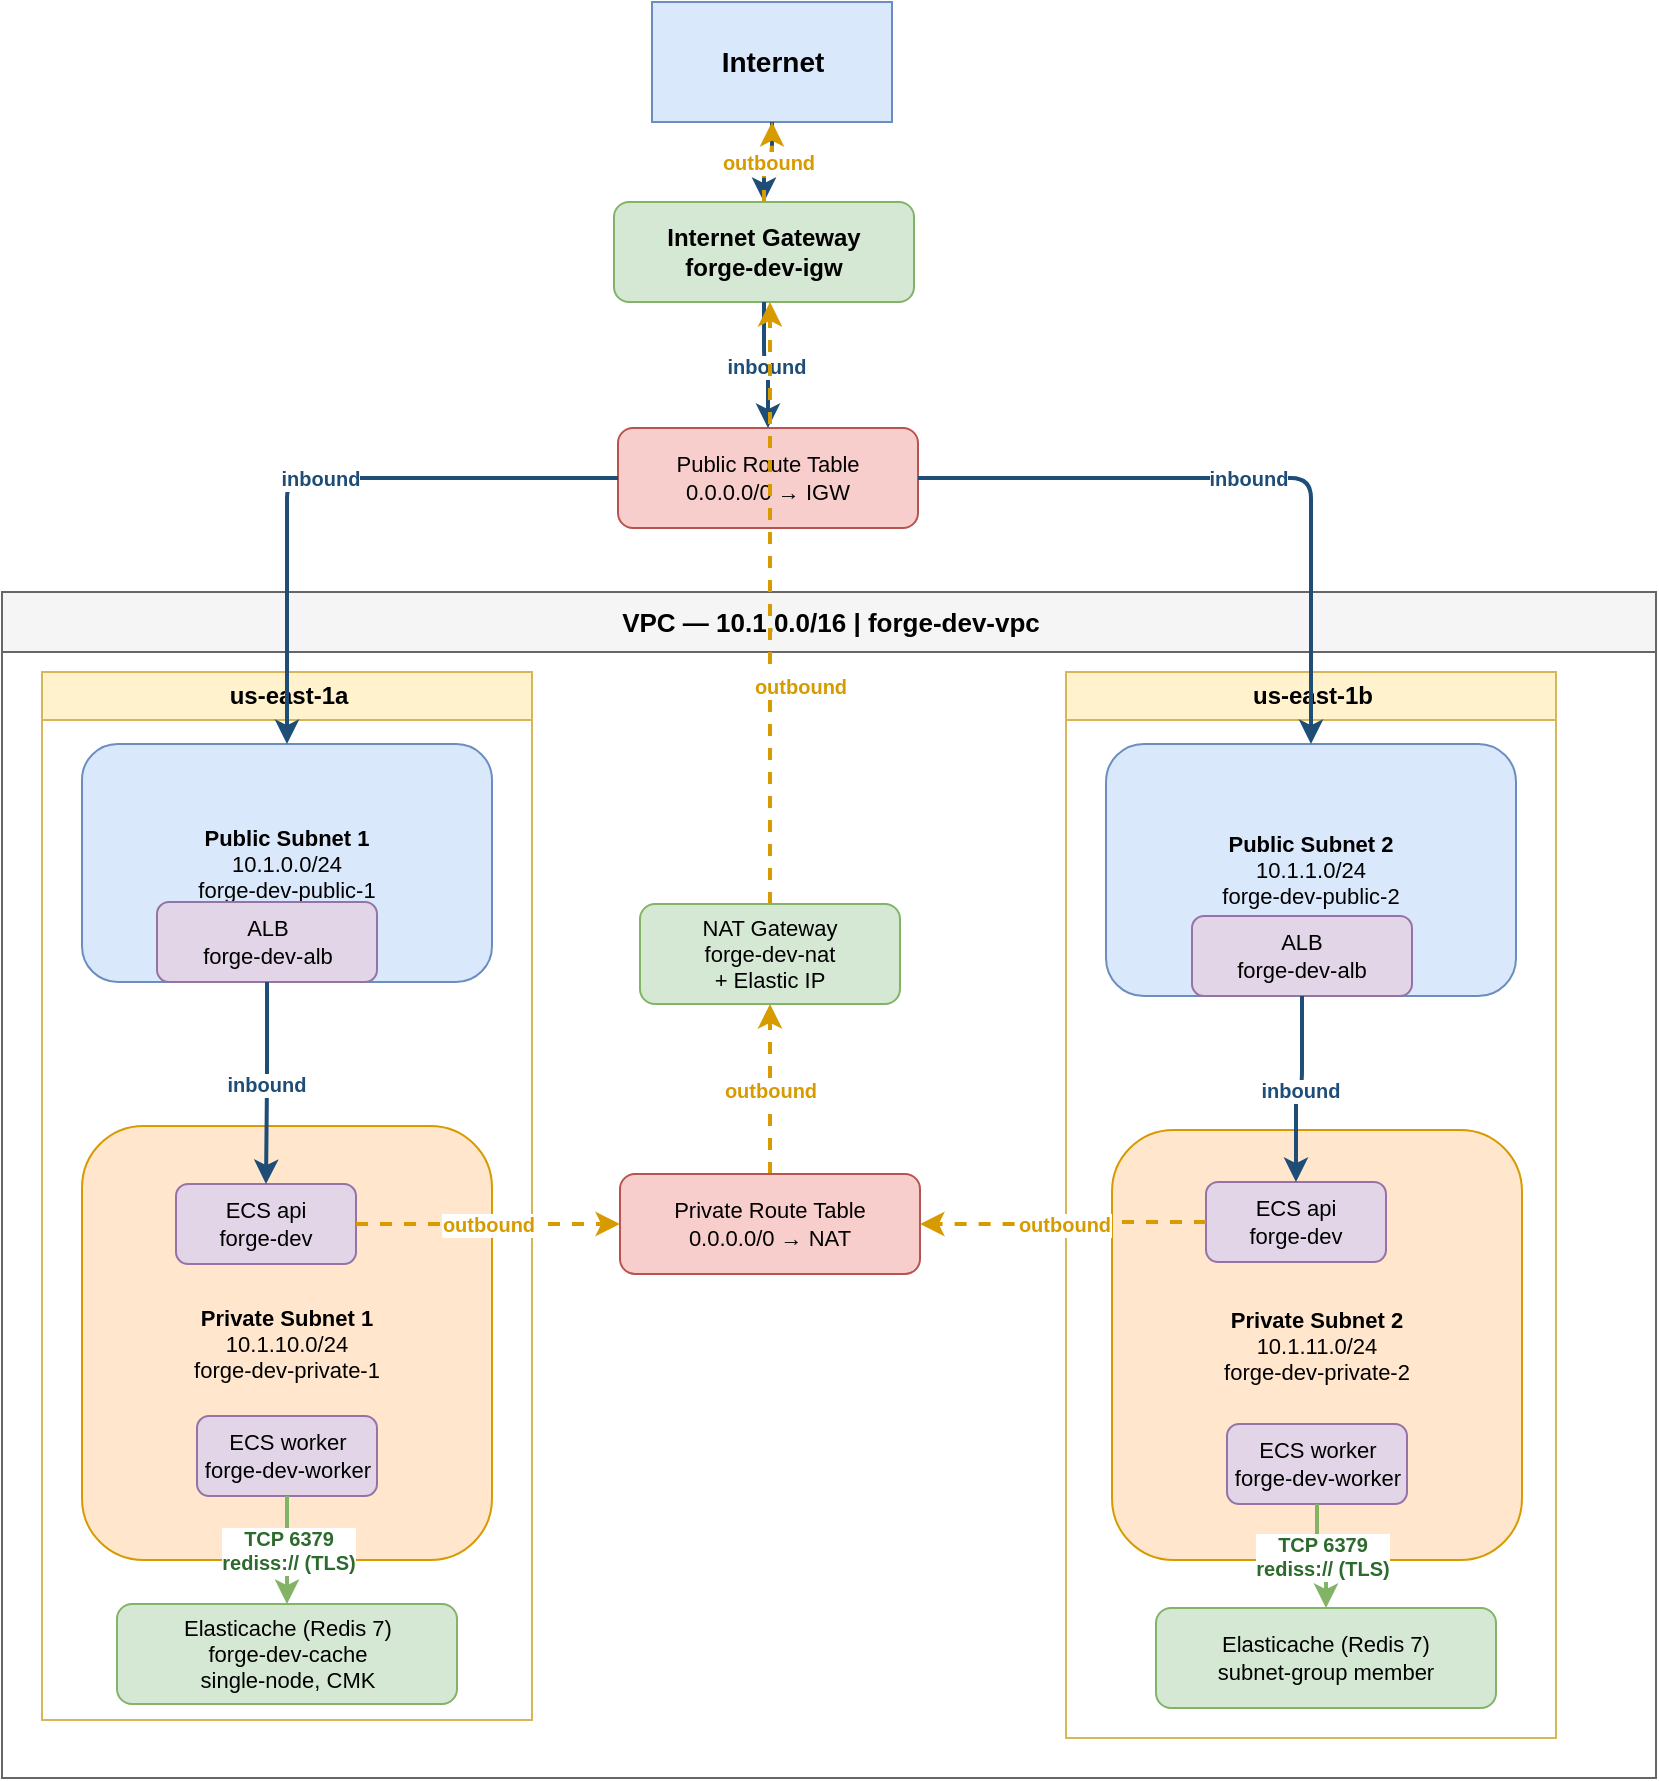
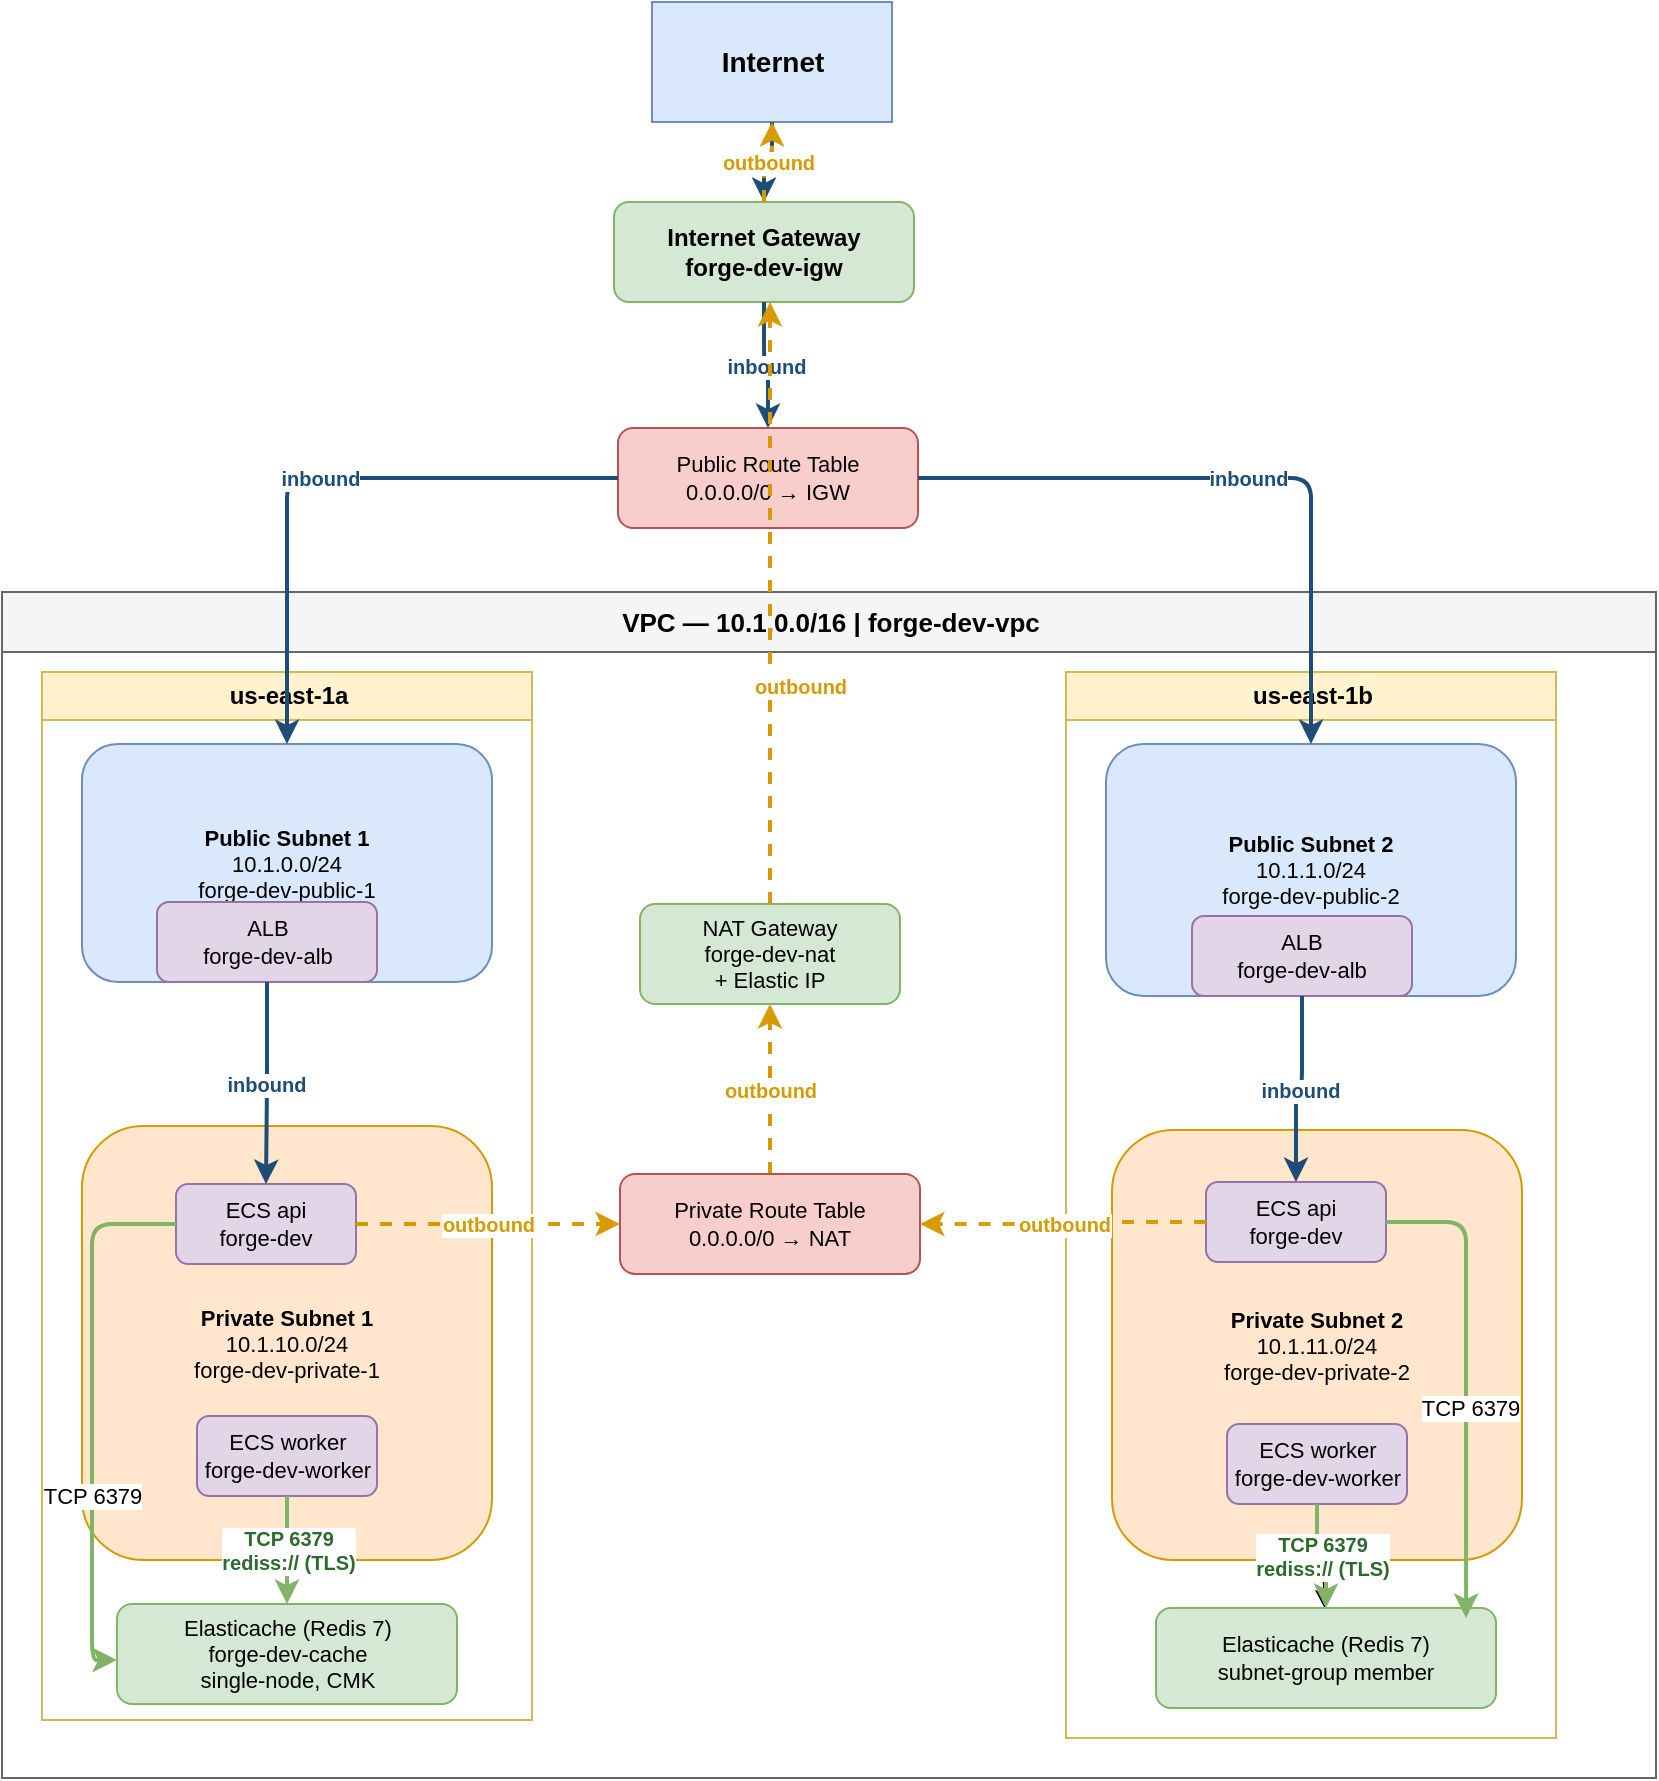
<mxfile host="65bd71144e">
    <diagram name="Page-1" id="BaRl9mkS3HxywcaVVkHm">
-         <mxGraphModel dx="1446" dy="779" grid="0" gridSize="10" guides="1" tooltips="1" connect="1" arrows="1" fold="1" page="0" pageScale="1" pageWidth="850" pageHeight="1100" math="0" shadow="0">
+         <mxGraphModel dx="1251" dy="779" grid="0" gridSize="10" guides="1" tooltips="1" connect="1" arrows="1" fold="1" page="0" pageScale="1" pageWidth="850" pageHeight="1100" math="0" shadow="0">
            <root>
                <mxCell id="0"/>
                <mxCell id="1" parent="0"/>
                <mxCell id="internet" value="Internet" style="shape=mxgraph.network.cloud;fillColor=#dae8fc;strokeColor=#6c8ebf;fontStyle=1;fontSize=14;html=1;" parent="1" vertex="1">
                    <mxGeometry x="285" y="20" width="120" height="60" as="geometry"/>
                </mxCell>
                <mxCell id="igw" value="Internet Gateway&#xa;forge-dev-igw" style="rounded=1;whiteSpace=wrap;html=1;fillColor=#d5e8d4;strokeColor=#82b366;fontStyle=1;" parent="1" vertex="1">
                    <mxGeometry x="266" y="120" width="150" height="50" as="geometry"/>
                </mxCell>
                <mxCell id="prt" value="Public Route Table&#xa;0.0.0.0/0 → IGW" style="rounded=1;whiteSpace=wrap;html=1;fillColor=#f8cecc;strokeColor=#b85450;fontSize=11;" parent="1" vertex="1">
                    <mxGeometry x="268" y="233" width="150" height="50" as="geometry"/>
                </mxCell>
                <mxCell id="vpc" value="VPC — 10.1.0.0/16  |  forge-dev-vpc" style="swimlane;startSize=30;fillColor=#f5f5f5;strokeColor=#666666;fontStyle=1;fontSize=13;html=1;" parent="1" vertex="1">
                    <mxGeometry x="-40" y="315" width="827" height="593" as="geometry"/>
                </mxCell>
                <mxCell id="az1" value="us-east-1a" style="swimlane;startSize=24;fillColor=#fff2cc;strokeColor=#d6b656;fontStyle=1;fontSize=12;html=1;" parent="vpc" vertex="1">
                    <mxGeometry x="20" y="40" width="245" height="524" as="geometry"/>
                </mxCell>
                <mxCell id="pub1" value="&lt;b&gt;Public Subnet 1&lt;/b&gt;&#xa;10.1.0.0/24&#xa;forge-dev-public-1" style="rounded=1;whiteSpace=wrap;html=1;fillColor=#dae8fc;strokeColor=#6c8ebf;fontSize=11;" parent="az1" vertex="1">
                    <mxGeometry x="20" y="36" width="205" height="119" as="geometry"/>
                </mxCell>
                <mxCell id="alb" value="ALB&#xa;forge-dev-alb" style="rounded=1;whiteSpace=wrap;html=1;fillColor=#e1d5e7;strokeColor=#9673a6;fontSize=11;" parent="az1" vertex="1">
                    <mxGeometry x="57.5" y="115" width="110" height="40" as="geometry"/>
                </mxCell>
                <mxCell id="priv1" value="&lt;b&gt;Private Subnet 1&lt;/b&gt;&#xa;10.1.10.0/24&#xa;forge-dev-private-1" style="rounded=1;whiteSpace=wrap;html=1;fillColor=#ffe6cc;strokeColor=#d79b00;fontSize=11;" parent="az1" vertex="1">
                    <mxGeometry x="20" y="227" width="205" height="217" as="geometry"/>
                </mxCell>
                <mxCell id="ecs1" value="ECS api&#xa;forge-dev" style="rounded=1;whiteSpace=wrap;html=1;fillColor=#e1d5e7;strokeColor=#9673a6;fontSize=11;" parent="az1" vertex="1">
                    <mxGeometry x="67" y="256" width="90" height="40" as="geometry"/>
                </mxCell>
                <mxCell id="worker1" value="ECS worker&#xa;forge-dev-worker" style="rounded=1;whiteSpace=wrap;html=1;fillColor=#e1d5e7;strokeColor=#9673a6;fontSize=11;" parent="az1" vertex="1">
                    <mxGeometry x="77.5" y="372" width="90" height="40" as="geometry"/>
                </mxCell>
                <mxCell id="cache1" value="Elasticache (Redis 7)&#xa;forge-dev-cache&#xa;single-node, CMK" style="rounded=1;whiteSpace=wrap;html=1;fillColor=#d5e8d4;strokeColor=#82b366;fontSize=11;" parent="az1" vertex="1">
                    <mxGeometry x="37.5" y="466" width="170" height="50" as="geometry"/>
                </mxCell>
                <mxCell id="e-alb-ecs1" value="inbound" style="edgeStyle=orthogonalEdgeStyle;html=1;strokeColor=#1e4d78;strokeWidth=2;fontColor=#1e4d78;fontStyle=1;fontSize=10;" parent="az1" source="alb" target="ecs1" edge="1">
                    <mxGeometry relative="1" as="geometry"/>
                </mxCell>
                <mxCell id="e-worker-cache1" value="TCP 6379&#xa;rediss:// (TLS)" style="edgeStyle=orthogonalEdgeStyle;html=1;strokeColor=#82b366;strokeWidth=2;fontColor=#2d6a2d;fontStyle=1;fontSize=10;" parent="az1" source="worker1" target="cache1" edge="1">
                    <mxGeometry relative="1" as="geometry"/>
                </mxCell>
+                 <mxCell id="5" style="edgeStyle=orthogonalEdgeStyle;html=1;exitX=0;exitY=0.5;exitDx=0;exitDy=0;fillColor=#d5e8d4;strokeColor=#82b366;strokeWidth=2;" edge="1" parent="az1" source="ecs1" target="cache1">
+                     <mxGeometry relative="1" as="geometry">
+                         <mxPoint x="67" y="296" as="sourcePoint"/>
+                         <mxPoint x="38" y="479" as="targetPoint"/>
+                         <Array as="points">
+                             <mxPoint x="25" y="276"/>
+                             <mxPoint x="25" y="494"/>
+                         </Array>
+                     </mxGeometry>
+                 </mxCell>
+                 <mxCell id="7" value="TCP 6379" style="edgeLabel;html=1;align=center;verticalAlign=middle;resizable=0;points=[];" vertex="1" connectable="0" parent="5">
+                     <mxGeometry x="0.3022" relative="1" as="geometry">
+                         <mxPoint as="offset"/>
+                     </mxGeometry>
+                 </mxCell>
                <mxCell id="az2" value="us-east-1b" style="swimlane;startSize=24;fillColor=#fff2cc;strokeColor=#d6b656;fontStyle=1;fontSize=12;html=1;" parent="vpc" vertex="1">
                    <mxGeometry x="532" y="40" width="245" height="533" as="geometry"/>
                </mxCell>
                <mxCell id="pub2" value="&lt;b&gt;Public Subnet 2&lt;/b&gt;&#xa;10.1.1.0/24&#xa;forge-dev-public-2" style="rounded=1;whiteSpace=wrap;html=1;fillColor=#dae8fc;strokeColor=#6c8ebf;fontSize=11;" parent="az2" vertex="1">
                    <mxGeometry x="20" y="36" width="205" height="126" as="geometry"/>
                </mxCell>
                <mxCell id="alb2" value="ALB&#xa;forge-dev-alb" style="rounded=1;whiteSpace=wrap;html=1;fillColor=#e1d5e7;strokeColor=#9673a6;fontSize=11;" parent="az2" vertex="1">
                    <mxGeometry x="63" y="122" width="110" height="40" as="geometry"/>
+                 </mxCell>
+                 <mxCell id="4" value="" style="edgeStyle=none;html=1;" edge="1" parent="az2" source="priv2" target="cache2">
+                     <mxGeometry relative="1" as="geometry"/>
                </mxCell>
                <mxCell id="priv2" value="&lt;b&gt;Private Subnet 2&lt;/b&gt;&#xa;10.1.11.0/24&#xa;forge-dev-private-2" style="rounded=1;whiteSpace=wrap;html=1;fillColor=#ffe6cc;strokeColor=#d79b00;fontSize=11;" parent="az2" vertex="1">
                    <mxGeometry x="23" y="229" width="205" height="215" as="geometry"/>
                </mxCell>
                <mxCell id="ecs2" value="ECS api&#xa;forge-dev" style="rounded=1;whiteSpace=wrap;html=1;fillColor=#e1d5e7;strokeColor=#9673a6;fontSize=11;" parent="az2" vertex="1">
                    <mxGeometry x="70" y="255" width="90" height="40" as="geometry"/>
                </mxCell>
                <mxCell id="worker2" value="ECS worker&#xa;forge-dev-worker" style="rounded=1;whiteSpace=wrap;html=1;fillColor=#e1d5e7;strokeColor=#9673a6;fontSize=11;" parent="az2" vertex="1">
                    <mxGeometry x="80.5" y="376" width="90" height="40" as="geometry"/>
                </mxCell>
                <mxCell id="cache2" value="Elasticache (Redis 7)&#xa;subnet-group member" style="rounded=1;whiteSpace=wrap;html=1;fillColor=#d5e8d4;strokeColor=#82b366;fontSize=11;" parent="az2" vertex="1">
                    <mxGeometry x="45" y="468" width="170" height="50" as="geometry"/>
                </mxCell>
                <mxCell id="e-alb-ecs2" value="inbound" style="edgeStyle=orthogonalEdgeStyle;html=1;strokeColor=#1e4d78;strokeWidth=2;fontColor=#1e4d78;fontStyle=1;fontSize=10;" parent="az2" source="alb2" target="ecs2" edge="1">
                    <mxGeometry relative="1" as="geometry"/>
                </mxCell>
                <mxCell id="e-worker-cache2" value="TCP 6379&#xa;rediss:// (TLS)" style="edgeStyle=orthogonalEdgeStyle;html=1;strokeColor=#82b366;strokeWidth=2;fontColor=#2d6a2d;fontStyle=1;fontSize=10;" parent="az2" source="worker2" target="cache2" edge="1">
                    <mxGeometry relative="1" as="geometry"/>
                </mxCell>
+                 <mxCell id="3" style="edgeStyle=orthogonalEdgeStyle;html=1;entryX=0.912;entryY=0.1;entryDx=0;entryDy=0;exitX=1;exitY=0.5;exitDx=0;exitDy=0;entryPerimeter=0;fillColor=#d5e8d4;strokeColor=#82b366;strokeWidth=2;" edge="1" parent="az2" source="ecs2" target="cache2">
+                     <mxGeometry relative="1" as="geometry"/>
+                 </mxCell>
+                 <mxCell id="8" value="TCP 6379" style="edgeLabel;html=1;align=center;verticalAlign=middle;resizable=0;points=[];" vertex="1" connectable="0" parent="3">
+                     <mxGeometry x="0.1177" y="2" relative="1" as="geometry">
+                         <mxPoint as="offset"/>
+                     </mxGeometry>
+                 </mxCell>
                <mxCell id="e5" value="outbound" style="edgeStyle=orthogonalEdgeStyle;html=1;strokeColor=#d79b00;strokeWidth=2;fontColor=#d79b00;fontStyle=1;fontSize=10;dashed=1;" parent="vpc" source="ecs1" target="privrt" edge="1">
                    <mxGeometry relative="1" as="geometry"/>
                </mxCell>
-                 <mxCell id="e6" value="outbound" style="edgeStyle=orthogonalEdgeStyle;html=1;strokeColor=#d79b00;strokeWidth=2;fontColor=#d79b00;fontStyle=1;fontSize=10;dashed=1;exitX=0.5;exitY=0;exitDx=0;exitDy=0;entryX=0.5;entryY=1;entryDx=0;entryDy=0;" parent="vpc" edge="1" target="nat" source="privrt">
+                 <mxCell id="e6" value="outbound" style="edgeStyle=orthogonalEdgeStyle;html=1;strokeColor=#d79b00;strokeWidth=2;fontColor=#d79b00;fontStyle=1;fontSize=10;dashed=1;exitX=0.5;exitY=0;exitDx=0;exitDy=0;entryX=0.5;entryY=1;entryDx=0;entryDy=0;" parent="vpc" source="privrt" target="nat" edge="1">
                    <mxGeometry relative="1" as="geometry">
                        <mxPoint x="378.9999999999998" y="308" as="sourcePoint"/>
                        <mxPoint x="386" y="220" as="targetPoint"/>
                    </mxGeometry>
                </mxCell>
                <mxCell id="privrt" value="Private Route Table&#xa;0.0.0.0/0 → NAT" style="rounded=1;whiteSpace=wrap;html=1;fillColor=#f8cecc;strokeColor=#b85450;fontSize=11;" parent="vpc" vertex="1">
                    <mxGeometry x="309" y="291" width="150" height="50" as="geometry"/>
                </mxCell>
-                 <mxCell id="e5b" value="outbound" style="edgeStyle=orthogonalEdgeStyle;html=1;strokeColor=#d79b00;strokeWidth=2;fontColor=#d79b00;fontStyle=1;fontSize=10;dashed=1;exitX=0;exitY=0.5;exitDx=0;exitDy=0;entryX=1;entryY=0.5;entryDx=0;entryDy=0;" parent="vpc" source="ecs2" edge="1" target="privrt">
+                 <mxCell id="e5b" value="outbound" style="edgeStyle=orthogonalEdgeStyle;html=1;strokeColor=#d79b00;strokeWidth=2;fontColor=#d79b00;fontStyle=1;fontSize=10;dashed=1;exitX=0;exitY=0.5;exitDx=0;exitDy=0;entryX=1;entryY=0.5;entryDx=0;entryDy=0;" parent="vpc" source="ecs2" target="privrt" edge="1">
                    <mxGeometry relative="1" as="geometry">
                        <mxPoint x="475" y="494.9999999999998" as="sourcePoint"/>
                        <mxPoint x="389.9999999999998" y="368" as="targetPoint"/>
                    </mxGeometry>
                </mxCell>
                <mxCell id="nat" value="NAT Gateway&#xa;forge-dev-nat&#xa;+ Elastic IP" style="rounded=1;whiteSpace=wrap;html=1;fillColor=#d5e8d4;strokeColor=#82b366;fontSize=11;" parent="vpc" vertex="1">
                    <mxGeometry x="319" y="156" width="130" height="50" as="geometry"/>
                </mxCell>
                <mxCell id="e1" value="inbound" style="edgeStyle=orthogonalEdgeStyle;html=1;strokeColor=#1e4d78;strokeWidth=2;fontColor=#1e4d78;fontStyle=1;fontSize=10;" parent="1" source="internet" target="igw" edge="1">
                    <mxGeometry relative="1" as="geometry"/>
                </mxCell>
                <mxCell id="e2" value="inbound" style="edgeStyle=orthogonalEdgeStyle;html=1;strokeColor=#1e4d78;strokeWidth=2;fontColor=#1e4d78;fontStyle=1;fontSize=10;" parent="1" source="igw" target="prt" edge="1">
                    <mxGeometry relative="1" as="geometry"/>
                </mxCell>
                <mxCell id="e3" value="inbound" style="edgeStyle=orthogonalEdgeStyle;html=1;strokeColor=#1e4d78;strokeWidth=2;fontColor=#1e4d78;fontStyle=1;fontSize=10;" parent="1" source="prt" target="pub1" edge="1">
                    <mxGeometry relative="1" as="geometry"/>
                </mxCell>
                <mxCell id="e4" value="inbound" style="edgeStyle=orthogonalEdgeStyle;html=1;strokeColor=#1e4d78;strokeWidth=2;fontColor=#1e4d78;fontStyle=1;fontSize=10;" parent="1" source="prt" target="pub2" edge="1">
                    <mxGeometry relative="1" as="geometry"/>
                </mxCell>
                <mxCell id="e7" value="outbound" style="edgeStyle=orthogonalEdgeStyle;html=1;strokeColor=#d79b00;strokeWidth=2;fontColor=#d79b00;fontStyle=1;fontSize=10;dashed=1;" parent="1" source="nat" target="igw" edge="1">
                    <mxGeometry x="-0.2766" y="-15" relative="1" as="geometry">
                        <mxPoint as="offset"/>
                        <Array as="points">
                            <mxPoint x="344" y="249"/>
                            <mxPoint x="344" y="249"/>
                        </Array>
                    </mxGeometry>
                </mxCell>
                <mxCell id="e8" value="outbound" style="edgeStyle=orthogonalEdgeStyle;html=1;strokeColor=#d79b00;strokeWidth=2;fontColor=#d79b00;fontStyle=1;fontSize=10;dashed=1;" parent="1" source="igw" target="internet" edge="1">
                    <mxGeometry relative="1" as="geometry"/>
                </mxCell>
            </root>
        </mxGraphModel>
    </diagram>
</mxfile>